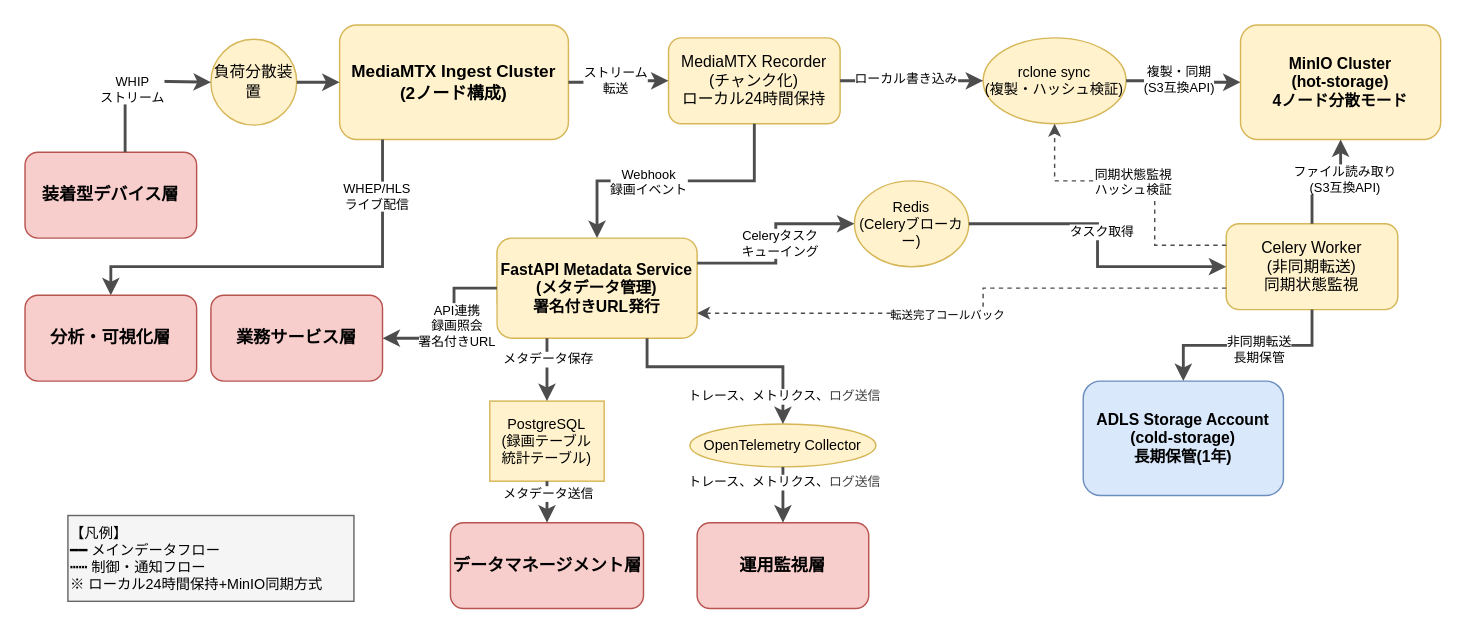
Earlier version of the draw.io diagram docs/03000_設計書/03020_配信・記録層設計/03022_配信・記録層詳細設計/配信・記録層システム関連図.drawio (daichiTAAA/AirakuVision). Source tidied: cells renumbered, new cells numbered last; positions are measured from the earlier drawing's top-left corner, leaving out a move shared by most shapes. Both pictures are drawn from the tidied source at 143%, with x=0, y=0 at pixel (24, 24).
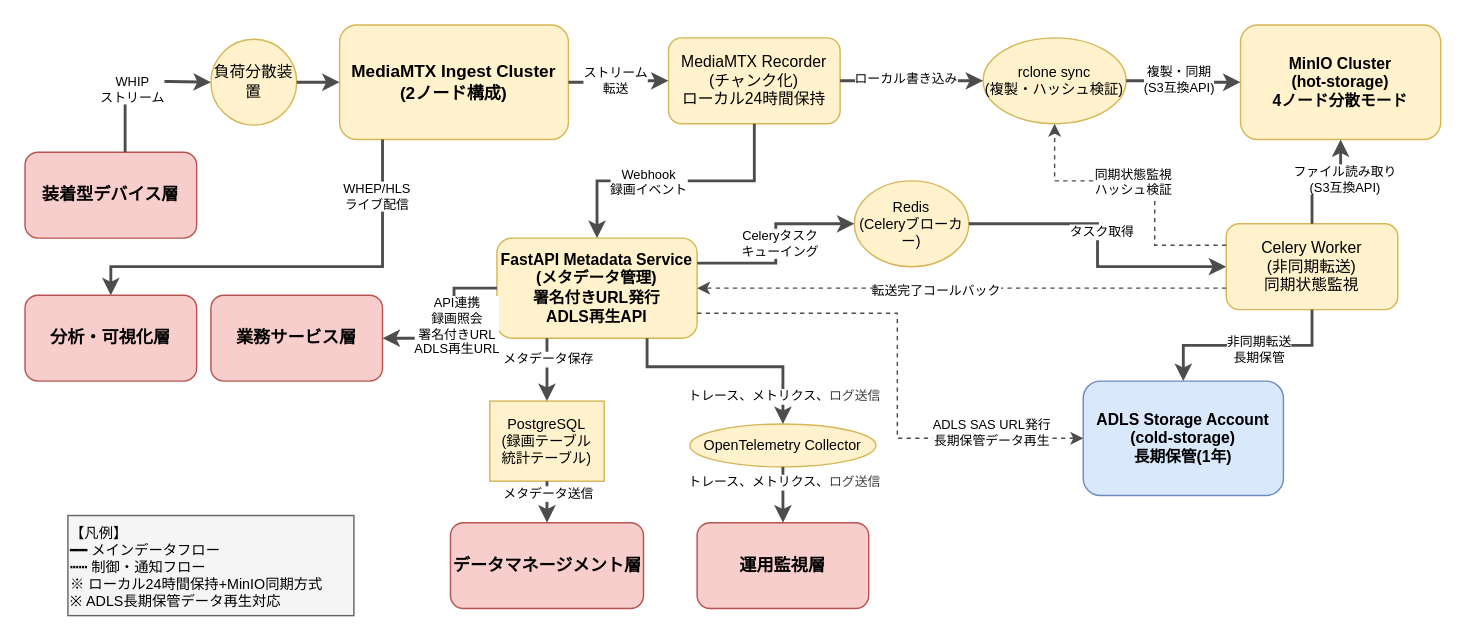
The same diagram, later.

Commit message (it also covers changes not shown here):
設計書を追加した

The change refers to these unchanged cells:
```xml
<mxCell id="10" value="Celery Worker&lt;div&gt;(非同期転送)&lt;/div&gt;&lt;div&gt;同期状態監視&lt;/div&gt;" style="rounded=1;whiteSpace=wrap;html=1;fillColor=#fff2cc;strokeColor=#d6b656;fontSize=11;" parent="1" vertex="1">
  <mxGeometry x="840" y="139" width="120" height="60" as="geometry" />
</mxCell>
<mxCell id="12" value="ADLS Storage Account&#10;(cold-storage)&#10;長期保管(1年)" style="rounded=1;whiteSpace=wrap;html=1;fillColor=#dae8fc;strokeColor=#6c8ebf;fontSize=11;fontStyle=1;" parent="1" vertex="1">
  <mxGeometry x="740" y="249" width="140" height="80" as="geometry" />
</mxCell>
<mxCell id="40" style="edgeStyle=orthogonalEdgeStyle;rounded=0;jettySize=auto;html=1;strokeWidth=2;strokeColor=#4D4D4D;exitX=0;exitY=0.5;exitDx=0;exitDy=0;entryX=1;entryY=0.5;entryDx=0;entryDy=0;" parent="1" edge="1" source="8" target="14">
  <mxGeometry relative="1" as="geometry">
    <Array as="points">
      <mxPoint x="300" y="184" />
      <mxPoint x="300" y="219" />
    </Array>
  </mxGeometry>
</mxCell>
```

The edit, as a diff of the source:
```diff
@@
-    <mxCell id="8" value="FastAPI Metadata Service&#10;(メタデータ管理)&#10;署名付きURL発行" style="rounded=1;whiteSpace=wrap;html=1;fillColor=#fff2cc;strokeColor=#d6b656;fontSize=11;fontStyle=1;" parent="1" vertex="1">
+    <mxCell id="8" value="FastAPI Metadata Service&#10;(メタデータ管理)&#10;署名付きURL発行&#10;ADLS再生API" style="rounded=1;whiteSpace=wrap;html=1;fillColor=#fff2cc;strokeColor=#d6b656;fontSize=11;fontStyle=1;" parent="1" vertex="1">
       <mxGeometry x="330" y="149" width="140" height="70" as="geometry" />
     </mxCell>
@@
+    <mxCell id="54" style="edgeStyle=elbowEdgeStyle;rounded=0;jettySize=auto;html=1;strokeWidth=1;strokeColor=#4D4D4D;dashed=1;entryX=0;entryY=0.5;entryDx=0;entryDy=0;exitX=1;exitY=0.75;exitDx=0;exitDy=0;" parent="1" edge="1" source="8" target="12">
+      <mxGeometry relative="1" as="geometry">
+        <Array as="points">
+          <mxPoint x="610" y="249" />
+        </Array>
+      </mxGeometry>
+    </mxCell>
+    <mxCell id="55" value="ADLS SAS URL発行&#10;長期保管データ再生" style="edgeLabel;html=1;align=center;verticalAlign=middle;fontSize=9;" parent="54" vertex="1">
+      <mxGeometry x="0.1" y="1" relative="1" as="geometry">
+        <mxPoint x="64" y="26" as="offset" />
+      </mxGeometry>
+    </mxCell>
-    <mxCell id="38" style="edgeStyle=orthogonalEdgeStyle;rounded=0;jettySize=auto;html=1;strokeWidth=1;strokeColor=#4D4D4D;dashed=1;jumpStyle=line;jumpSize=10;entryX=1;entryY=0.75;entryDx=0;entryDy=0;exitX=0;exitY=0.75;exitDx=0;exitDy=0;" parent="1" edge="1" source="10" target="8">
+    <mxCell id="38" style="edgeStyle=orthogonalEdgeStyle;rounded=0;jettySize=auto;html=1;strokeWidth=1;strokeColor=#4D4D4D;dashed=1;jumpStyle=line;jumpSize=10;entryX=1;entryY=0.5;entryDx=0;entryDy=0;exitX=0;exitY=0.75;exitDx=0;exitDy=0;" parent="1" edge="1" source="10" target="8">
       <mxGeometry relative="1" as="geometry">
         <Array as="points">
-          <mxPoint x="670" y="184" />
-          <mxPoint x="670" y="202" />
+          <mxPoint x="570" y="184" />
+          <mxPoint x="570" y="184" />
         </Array>
       </mxGeometry>
     </mxCell>
-    <mxCell id="39" value="転送完了コールバック" style="edgeLabel;html=1;align=center;verticalAlign=middle;fontSize=8;" parent="38" vertex="1">
+    <mxCell id="39" value="転送完了コールバック" style="edgeLabel;html=1;align=center;verticalAlign=middle;fontSize=9;" parent="38" vertex="1">
       <mxGeometry x="0.1" y="1" relative="1" as="geometry" />
     </mxCell>
@@
-    <mxCell id="41" value="API連携&#10;録画照会&#10;署名付きURL" style="edgeLabel;html=1;align=center;verticalAlign=middle;fontSize=9;" parent="40" vertex="1">
+    <mxCell id="41" value="API連携&#10;録画照会&#10;署名付きURL&#10;ADLS再生URL" style="edgeLabel;html=1;align=center;verticalAlign=middle;fontSize=9;" parent="40" vertex="1">
       <mxGeometry x="0.1" y="1" relative="1" as="geometry">
         <mxPoint y="-7" as="offset" />
       </mxGeometry>
     </mxCell>
@@
-    <mxCell id="44" value="【凡例】&lt;br&gt;━━ メインデータフロー&lt;br&gt;┅┅ 制御・通知フロー&lt;br&gt;※ ローカル24時間保持+MinIO同期方式" style="rounded=0;whiteSpace=wrap;html=1;fillColor=#f5f5f5;strokeColor=#666666;fontSize=10;align=left;verticalAlign=top;" parent="1" vertex="1">
-      <mxGeometry x="30" y="343" width="200" height="60" as="geometry" />
+    <mxCell id="44" value="【凡例】&lt;br&gt;━━ メインデータフロー&lt;br&gt;┅┅ 制御・通知フロー&lt;br&gt;※ ローカル24時間保持+MinIO同期方式&lt;br&gt;※ ADLS長期保管データ再生対応" style="rounded=0;whiteSpace=wrap;html=1;fillColor=#f5f5f5;strokeColor=#666666;fontSize=10;align=left;verticalAlign=top;" parent="1" vertex="1">
+      <mxGeometry x="30" y="343" width="200" height="70" as="geometry" />
     </mxCell>
```
